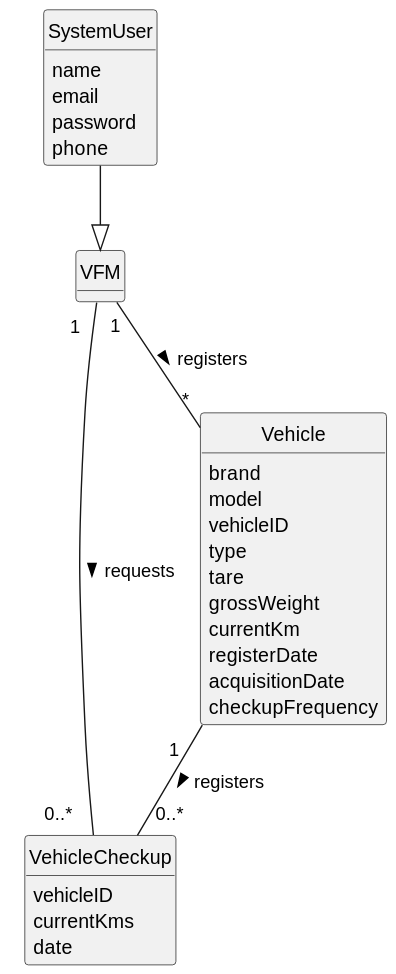
Before: docs/sprintA/us007/02.analysis/svg/us007-domain-model.svg, a diagram exported from PlantUML (Departamento-de-Engenharia-Informatica/lei-24-s2-1do-g164).
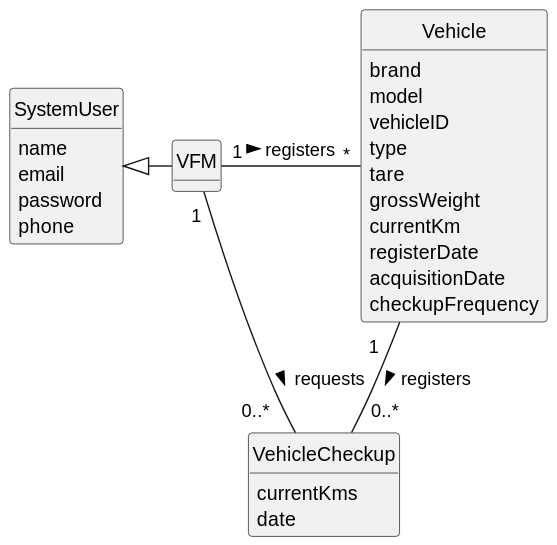
Above is the later version.

Commit message:
Update of all images and changes on SSD from US06. Domain Models finished

Change to the diagram source:
```diff
@@ -23,7 +23,6 @@
 }
 
 class VehicleCheckup {
-vehicleID
     currentKms
     date
 
@@ -44,8 +43,8 @@
 }
 
 
-VFM "1" -- "*" Vehicle : registers >
+VFM "1" - "*" Vehicle : registers >
 Vehicle "1   " -- "0..*                        " VehicleCheckup : registers >
-VFM "           1 " -- "0..*   " VehicleCheckup : requests >
-SystemUser --|> VFM
+VFM "           1 " - "0..*   " VehicleCheckup : requests >
+SystemUser <|- VFM
 @enduml
```
